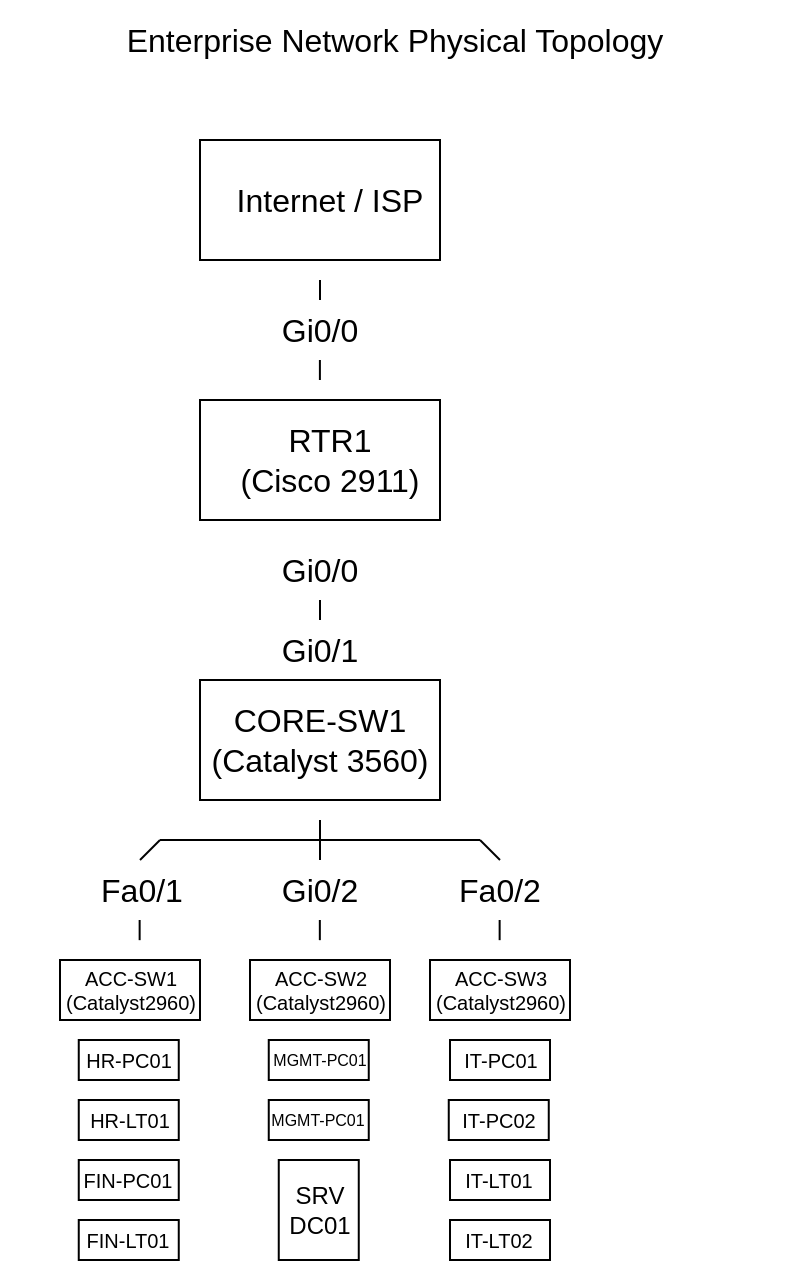
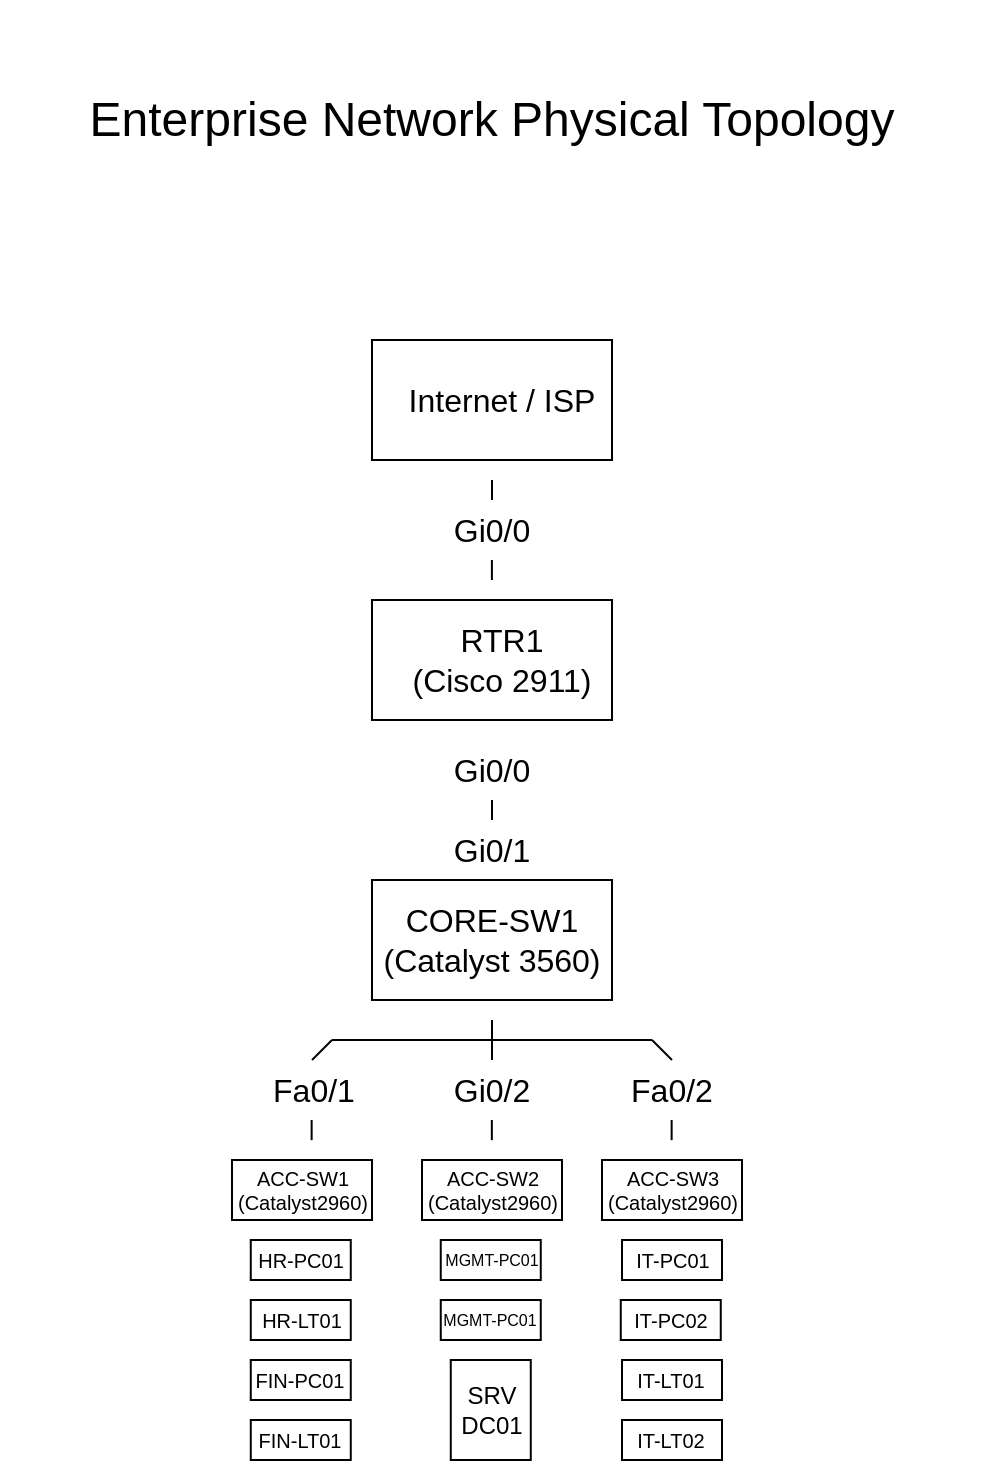
<mxfile host="app.diagrams.net">
  <diagram name="Page-1" id="nrHBfVMkrXwOKs-d-XcE">
    <mxGraphModel dx="1123" dy="1028" grid="1" gridSize="10" guides="1" tooltips="1" connect="1" arrows="1" fold="1" page="1" pageScale="1" pageWidth="850" pageHeight="1100" math="0" shadow="0">
      <root>
        <mxCell id="0" />
        <mxCell id="1" parent="0" />
        <mxCell id="PAGTaIKxO_D1mukXTtMI-1" parent="1" style="whiteSpace=wrap;html=1;" value="" vertex="1">
          <mxGeometry height="60" width="120" x="340" y="190" as="geometry" />
        </mxCell>
        <mxCell id="PAGTaIKxO_D1mukXTtMI-3" parent="1" style="text;html=1;whiteSpace=wrap;strokeColor=none;fillColor=none;align=center;verticalAlign=middle;rounded=0;fontSize=16;" value="&lt;div&gt;Internet /&amp;nbsp;&lt;span style=&quot;background-color: transparent; color: light-dark(rgb(0, 0, 0), rgb(255, 255, 255));&quot;&gt;ISP&lt;/span&gt;&lt;/div&gt;" vertex="1">
          <mxGeometry height="30" width="150" x="330" y="205" as="geometry" />
        </mxCell>
        <mxCell id="PAGTaIKxO_D1mukXTtMI-8" edge="1" parent="1" style="edgeStyle=none;orthogonalLoop=1;jettySize=auto;html=1;rounded=0;fontSize=12;startSize=8;endSize=8;curved=1;endArrow=none;endFill=0;" value="">
          <mxGeometry relative="1" width="120" as="geometry">
            <Array as="points" />
            <mxPoint x="400" y="260" as="sourcePoint" />
            <mxPoint x="400" y="270" as="targetPoint" />
          </mxGeometry>
        </mxCell>
        <mxCell id="PAGTaIKxO_D1mukXTtMI-9" parent="1" style="text;html=1;whiteSpace=wrap;strokeColor=none;fillColor=none;align=center;verticalAlign=middle;rounded=0;fontSize=16;" value="Gi0/0" vertex="1">
          <mxGeometry height="30" width="60" x="370" y="270" as="geometry" />
        </mxCell>
        <mxCell id="PAGTaIKxO_D1mukXTtMI-10" edge="1" parent="1" style="edgeStyle=none;orthogonalLoop=1;jettySize=auto;html=1;rounded=0;fontSize=12;startSize=8;endSize=8;curved=1;endArrow=none;endFill=0;" value="">
          <mxGeometry relative="1" width="120" as="geometry">
            <Array as="points" />
            <mxPoint x="399.95" y="310" as="sourcePoint" />
            <mxPoint x="399.95" y="300" as="targetPoint" />
          </mxGeometry>
        </mxCell>
        <mxCell id="PAGTaIKxO_D1mukXTtMI-11" parent="1" style="whiteSpace=wrap;html=1;" value="" vertex="1">
          <mxGeometry height="60" width="120" x="340" y="320" as="geometry" />
        </mxCell>
        <mxCell id="PAGTaIKxO_D1mukXTtMI-12" parent="1" style="text;html=1;whiteSpace=wrap;strokeColor=none;fillColor=none;align=center;verticalAlign=middle;rounded=0;fontSize=16;" value="RTR1&lt;div&gt;(Cisco 2911)&lt;/div&gt;" vertex="1">
          <mxGeometry height="30" width="110" x="350" y="335" as="geometry" />
        </mxCell>
        <mxCell id="PAGTaIKxO_D1mukXTtMI-13" parent="1" style="text;html=1;whiteSpace=wrap;strokeColor=none;fillColor=none;align=center;verticalAlign=middle;rounded=0;fontSize=16;" value="Gi0/0" vertex="1">
          <mxGeometry height="30" width="60" x="370" y="390" as="geometry" />
        </mxCell>
        <mxCell id="PAGTaIKxO_D1mukXTtMI-15" edge="1" parent="1" style="edgeStyle=none;orthogonalLoop=1;jettySize=auto;html=1;rounded=0;fontSize=12;startSize=8;endSize=8;curved=1;endArrow=none;endFill=0;" value="">
          <mxGeometry relative="1" width="120" as="geometry">
            <Array as="points" />
            <mxPoint x="400" y="420" as="sourcePoint" />
            <mxPoint x="400" y="430" as="targetPoint" />
          </mxGeometry>
        </mxCell>
        <mxCell id="PAGTaIKxO_D1mukXTtMI-16" parent="1" style="text;html=1;whiteSpace=wrap;strokeColor=none;fillColor=none;align=center;verticalAlign=middle;rounded=0;fontSize=16;" value="Gi0/1" vertex="1">
          <mxGeometry height="30" width="60" x="370" y="430" as="geometry" />
        </mxCell>
        <mxCell id="PAGTaIKxO_D1mukXTtMI-17" parent="1" style="whiteSpace=wrap;html=1;" value="" vertex="1">
          <mxGeometry height="60" width="120" x="340" y="460" as="geometry" />
        </mxCell>
        <mxCell id="PAGTaIKxO_D1mukXTtMI-18" parent="1" style="text;html=1;whiteSpace=wrap;strokeColor=none;fillColor=none;align=center;verticalAlign=middle;rounded=0;fontSize=16;" value="CORE-SW1&lt;div&gt;(Catalyst 3560)&lt;/div&gt;" vertex="1">
          <mxGeometry height="30" width="120" x="340" y="475" as="geometry" />
        </mxCell>
        <mxCell id="PAGTaIKxO_D1mukXTtMI-19" edge="1" parent="1" style="edgeStyle=none;orthogonalLoop=1;jettySize=auto;html=1;rounded=0;fontSize=12;startSize=8;endSize=8;curved=1;endArrow=none;endFill=0;" value="">
          <mxGeometry relative="1" width="120" as="geometry">
            <Array as="points" />
            <mxPoint x="400" y="530" as="sourcePoint" />
            <mxPoint x="400" y="540" as="targetPoint" />
          </mxGeometry>
        </mxCell>
        <mxCell id="PAGTaIKxO_D1mukXTtMI-20" edge="1" parent="1" style="edgeStyle=none;orthogonalLoop=1;jettySize=auto;html=1;rounded=0;fontSize=12;startSize=8;endSize=8;curved=1;endArrow=none;endFill=0;" value="">
          <mxGeometry relative="1" width="120" as="geometry">
            <Array as="points" />
            <mxPoint x="320" y="540" as="sourcePoint" />
            <mxPoint x="480" y="540" as="targetPoint" />
          </mxGeometry>
        </mxCell>
        <mxCell id="PAGTaIKxO_D1mukXTtMI-21" edge="1" parent="1" style="edgeStyle=none;orthogonalLoop=1;jettySize=auto;html=1;rounded=0;fontSize=12;startSize=8;endSize=8;curved=1;endArrow=none;endFill=0;" value="">
          <mxGeometry relative="1" width="120" as="geometry">
            <Array as="points" />
            <mxPoint x="400" y="540" as="sourcePoint" />
            <mxPoint x="400" y="550" as="targetPoint" />
          </mxGeometry>
        </mxCell>
        <mxCell id="PAGTaIKxO_D1mukXTtMI-23" edge="1" parent="1" style="edgeStyle=none;orthogonalLoop=1;jettySize=auto;html=1;rounded=0;fontSize=12;startSize=8;endSize=8;curved=1;endArrow=none;endFill=0;" value="">
          <mxGeometry relative="1" width="120" as="geometry">
            <Array as="points" />
            <mxPoint x="320" y="540" as="sourcePoint" />
            <mxPoint x="310" y="550" as="targetPoint" />
          </mxGeometry>
        </mxCell>
        <mxCell id="PAGTaIKxO_D1mukXTtMI-24" edge="1" parent="1" style="edgeStyle=none;orthogonalLoop=1;jettySize=auto;html=1;rounded=0;fontSize=12;startSize=8;endSize=8;curved=1;endArrow=none;endFill=0;" value="">
          <mxGeometry relative="1" width="120" as="geometry">
            <Array as="points" />
            <mxPoint x="490" y="550" as="sourcePoint" />
            <mxPoint x="480" y="540" as="targetPoint" />
          </mxGeometry>
        </mxCell>
        <mxCell id="PAGTaIKxO_D1mukXTtMI-25" parent="1" style="text;html=1;whiteSpace=wrap;strokeColor=none;fillColor=none;align=center;verticalAlign=middle;rounded=0;fontSize=16;" value="Fa0/1" vertex="1">
          <mxGeometry height="30" width="60" x="280.63" y="550" as="geometry" />
        </mxCell>
        <mxCell id="PAGTaIKxO_D1mukXTtMI-26" parent="1" style="text;html=1;whiteSpace=wrap;strokeColor=none;fillColor=none;align=center;verticalAlign=middle;rounded=0;fontSize=16;" value="Gi0/2" vertex="1">
          <mxGeometry height="30" width="60" x="370" y="550" as="geometry" />
        </mxCell>
        <mxCell id="PAGTaIKxO_D1mukXTtMI-27" parent="1" style="text;html=1;whiteSpace=wrap;strokeColor=none;fillColor=none;align=center;verticalAlign=middle;rounded=0;fontSize=16;" value="Fa0/2" vertex="1">
          <mxGeometry height="30" width="60" x="460" y="550" as="geometry" />
        </mxCell>
        <mxCell id="HQMXMfczDyNlfQodfAvz-1" edge="1" parent="1" style="edgeStyle=none;orthogonalLoop=1;jettySize=auto;html=1;rounded=0;fontSize=12;startSize=8;endSize=8;curved=1;endArrow=none;endFill=0;" value="">
          <mxGeometry relative="1" width="120" as="geometry">
            <Array as="points" />
            <mxPoint x="309.82" y="580" as="sourcePoint" />
            <mxPoint x="309.82" y="590.0799999999999" as="targetPoint" />
          </mxGeometry>
        </mxCell>
        <mxCell id="HQMXMfczDyNlfQodfAvz-2" edge="1" parent="1" style="edgeStyle=none;orthogonalLoop=1;jettySize=auto;html=1;rounded=0;fontSize=12;startSize=8;endSize=8;curved=1;endArrow=none;endFill=0;" value="">
          <mxGeometry relative="1" width="120" as="geometry">
            <Array as="points" />
            <mxPoint x="399.92" y="580" as="sourcePoint" />
            <mxPoint x="399.92" y="590.0799999999999" as="targetPoint" />
          </mxGeometry>
        </mxCell>
        <mxCell id="HQMXMfczDyNlfQodfAvz-3" edge="1" parent="1" style="edgeStyle=none;orthogonalLoop=1;jettySize=auto;html=1;rounded=0;fontSize=12;startSize=8;endSize=8;curved=1;endArrow=none;endFill=0;" value="">
          <mxGeometry relative="1" width="120" as="geometry">
            <Array as="points" />
            <mxPoint x="489.82" y="580" as="sourcePoint" />
            <mxPoint x="489.82" y="590.0799999999999" as="targetPoint" />
          </mxGeometry>
        </mxCell>
        <mxCell id="HQMXMfczDyNlfQodfAvz-4" parent="1" style="whiteSpace=wrap;html=1;" value="" vertex="1">
          <mxGeometry height="30" width="70" x="270" y="600" as="geometry" />
        </mxCell>
        <mxCell id="HQMXMfczDyNlfQodfAvz-8" parent="1" style="text;html=1;whiteSpace=wrap;strokeColor=none;fillColor=none;align=center;verticalAlign=middle;rounded=0;fontSize=10;" value="ACC-SW1&lt;div&gt;(Catalyst2960)&lt;/div&gt;" vertex="1">
          <mxGeometry width="48.75" x="280.63" y="615" as="geometry" />
        </mxCell>
        <mxCell id="HQMXMfczDyNlfQodfAvz-23" parent="1" style="rounded=0;whiteSpace=wrap;html=1;" value="" vertex="1">
          <mxGeometry height="50" width="40" x="379.38" y="700" as="geometry" />
        </mxCell>
        <mxCell id="HQMXMfczDyNlfQodfAvz-41" parent="1" style="text;html=1;whiteSpace=wrap;strokeColor=none;fillColor=none;align=center;verticalAlign=middle;rounded=0;fontSize=12;" value="SRV DC01" vertex="1">
          <mxGeometry height="10" width="60" x="370.01" y="720" as="geometry" />
        </mxCell>
-         <mxCell id="XVrmgv3D7Ls_zpOJ7r-V-2" parent="1" style="text;html=1;whiteSpace=wrap;strokeColor=none;fillColor=none;align=center;verticalAlign=middle;rounded=0;fontSize=16;" value="Enterprise Network Physical Topology" vertex="1">
-           <mxGeometry height="40" width="395" x="240" y="120" as="geometry" />
+         <mxCell id="XVrmgv3D7Ls_zpOJ7r-V-2" parent="1" style="text;html=1;whiteSpace=wrap;strokeColor=none;fillColor=none;align=center;verticalAlign=middle;rounded=0;fontSize=24;" value="Enterprise Network Physical Topology" vertex="1">
+           <mxGeometry height="120" width="492" x="154.01" y="20" as="geometry" />
        </mxCell>
        <mxCell id="XVrmgv3D7Ls_zpOJ7r-V-10" parent="1" style="whiteSpace=wrap;html=1;" value="" vertex="1">
          <mxGeometry height="30" width="70" x="365" y="600" as="geometry" />
        </mxCell>
        <mxCell id="XVrmgv3D7Ls_zpOJ7r-V-11" parent="1" style="text;html=1;whiteSpace=wrap;strokeColor=none;fillColor=none;align=center;verticalAlign=middle;rounded=0;fontSize=10;" value="ACC-SW2&lt;div&gt;&lt;div&gt;(Catalyst2960)&lt;/div&gt;&lt;/div&gt;" vertex="1">
          <mxGeometry width="48.75" x="375.63" y="615" as="geometry" />
        </mxCell>
        <mxCell id="XVrmgv3D7Ls_zpOJ7r-V-12" parent="1" style="whiteSpace=wrap;html=1;" value="" vertex="1">
          <mxGeometry height="30" width="70" x="455" y="600" as="geometry" />
        </mxCell>
        <mxCell id="XVrmgv3D7Ls_zpOJ7r-V-13" parent="1" style="text;html=1;whiteSpace=wrap;strokeColor=none;fillColor=none;align=center;verticalAlign=middle;rounded=0;fontSize=10;" value="ACC-SW3&lt;div&gt;(Catalyst2960)&lt;/div&gt;" vertex="1">
          <mxGeometry width="48.75" x="465.63" y="615" as="geometry" />
        </mxCell>
        <mxCell id="XVrmgv3D7Ls_zpOJ7r-V-14" parent="1" style="rounded=0;whiteSpace=wrap;html=1;" value="" vertex="1">
          <mxGeometry height="20" width="50" x="279.38" y="640" as="geometry" />
        </mxCell>
        <mxCell id="XVrmgv3D7Ls_zpOJ7r-V-15" parent="1" style="rounded=0;whiteSpace=wrap;html=1;" value="" vertex="1">
          <mxGeometry height="20" width="50" x="279.38" y="670" as="geometry" />
        </mxCell>
        <mxCell id="XVrmgv3D7Ls_zpOJ7r-V-16" parent="1" style="rounded=0;whiteSpace=wrap;html=1;" value="" vertex="1">
          <mxGeometry height="20" width="50" x="279.38" y="700" as="geometry" />
        </mxCell>
        <mxCell id="XVrmgv3D7Ls_zpOJ7r-V-17" parent="1" style="rounded=0;whiteSpace=wrap;html=1;" value="" vertex="1">
          <mxGeometry height="20" width="50" x="279.38" y="730" as="geometry" />
        </mxCell>
        <mxCell id="XVrmgv3D7Ls_zpOJ7r-V-18" parent="1" style="rounded=0;whiteSpace=wrap;html=1;" value="" vertex="1">
          <mxGeometry height="20" width="50" x="374.38" y="640" as="geometry" />
        </mxCell>
        <mxCell id="XVrmgv3D7Ls_zpOJ7r-V-19" parent="1" style="rounded=0;whiteSpace=wrap;html=1;" value="" vertex="1">
          <mxGeometry height="20" width="50" x="374.38" y="670" as="geometry" />
        </mxCell>
        <mxCell id="XVrmgv3D7Ls_zpOJ7r-V-20" parent="1" style="rounded=0;whiteSpace=wrap;html=1;" value="" vertex="1">
          <mxGeometry height="20" width="50" x="465" y="640" as="geometry" />
        </mxCell>
        <mxCell id="XVrmgv3D7Ls_zpOJ7r-V-21" parent="1" style="rounded=0;whiteSpace=wrap;html=1;" value="" vertex="1">
          <mxGeometry height="20" width="50" x="464.38" y="670" as="geometry" />
        </mxCell>
        <mxCell id="XVrmgv3D7Ls_zpOJ7r-V-22" parent="1" style="rounded=0;whiteSpace=wrap;html=1;" value="" vertex="1">
          <mxGeometry height="20" width="50" x="465" y="700" as="geometry" />
        </mxCell>
        <mxCell id="XVrmgv3D7Ls_zpOJ7r-V-23" parent="1" style="rounded=0;whiteSpace=wrap;html=1;" value="" vertex="1">
          <mxGeometry height="20" width="50" x="465" y="730" as="geometry" />
        </mxCell>
        <mxCell id="XVrmgv3D7Ls_zpOJ7r-V-24" parent="1" style="text;html=1;whiteSpace=wrap;strokeColor=none;fillColor=none;align=center;verticalAlign=middle;rounded=0;fontSize=10;" value="HR-PC01" vertex="1">
          <mxGeometry height="30" width="60.62" x="274.07" y="635" as="geometry" />
        </mxCell>
        <mxCell id="XVrmgv3D7Ls_zpOJ7r-V-25" parent="1" style="text;html=1;whiteSpace=wrap;strokeColor=none;fillColor=none;align=center;verticalAlign=middle;rounded=0;fontSize=10;" value="HR-LT01" vertex="1">
          <mxGeometry height="30" width="70" x="270" y="665" as="geometry" />
        </mxCell>
        <mxCell id="XVrmgv3D7Ls_zpOJ7r-V-26" parent="1" style="text;html=1;whiteSpace=wrap;strokeColor=none;fillColor=none;align=center;verticalAlign=middle;rounded=0;fontSize=10;" value="FIN-PC01" vertex="1">
          <mxGeometry height="30" width="70" x="269.38" y="695" as="geometry" />
        </mxCell>
        <mxCell id="XVrmgv3D7Ls_zpOJ7r-V-27" parent="1" style="text;html=1;whiteSpace=wrap;strokeColor=none;fillColor=none;align=center;verticalAlign=middle;rounded=0;fontSize=10;" value="FIN-LT01" vertex="1">
          <mxGeometry height="30" width="70" x="269.38" y="725" as="geometry" />
        </mxCell>
        <mxCell id="XVrmgv3D7Ls_zpOJ7r-V-28" parent="1" style="text;html=1;whiteSpace=wrap;strokeColor=none;fillColor=none;align=center;verticalAlign=middle;rounded=0;fontSize=8&#xa;;" value="MGMT-PC01" vertex="1">
          <mxGeometry height="30" width="70" x="365.01" y="635" as="geometry" />
        </mxCell>
        <mxCell id="XVrmgv3D7Ls_zpOJ7r-V-29" parent="1" style="text;html=1;whiteSpace=wrap;strokeColor=none;fillColor=none;align=center;verticalAlign=middle;rounded=0;fontSize=8&#xa;;" value="MGMT-PC01" vertex="1">
          <mxGeometry height="30" width="70" x="364.38" y="665" as="geometry" />
        </mxCell>
        <mxCell id="XVrmgv3D7Ls_zpOJ7r-V-31" parent="1" style="text;html=1;whiteSpace=wrap;strokeColor=none;fillColor=none;align=center;verticalAlign=middle;rounded=0;fontSize=10;" value="IT-PC01" vertex="1">
          <mxGeometry height="30" width="60.62" x="459.69" y="635" as="geometry" />
        </mxCell>
        <mxCell id="XVrmgv3D7Ls_zpOJ7r-V-32" parent="1" style="text;html=1;whiteSpace=wrap;strokeColor=none;fillColor=none;align=center;verticalAlign=middle;rounded=0;fontSize=10;" value="IT-PC02" vertex="1">
          <mxGeometry height="30" width="60.62" x="459.07" y="665" as="geometry" />
        </mxCell>
        <mxCell id="XVrmgv3D7Ls_zpOJ7r-V-33" parent="1" style="text;html=1;whiteSpace=wrap;strokeColor=none;fillColor=none;align=center;verticalAlign=middle;rounded=0;fontSize=10;" value="IT-LT01" vertex="1">
          <mxGeometry height="30" width="60.62" x="459.07" y="695" as="geometry" />
        </mxCell>
        <mxCell id="XVrmgv3D7Ls_zpOJ7r-V-34" parent="1" style="text;html=1;whiteSpace=wrap;strokeColor=none;fillColor=none;align=center;verticalAlign=middle;rounded=0;fontSize=10;" value="IT-LT02" vertex="1">
          <mxGeometry height="30" width="60.62" x="459.07" y="725" as="geometry" />
        </mxCell>
      </root>
    </mxGraphModel>
  </diagram>
</mxfile>
